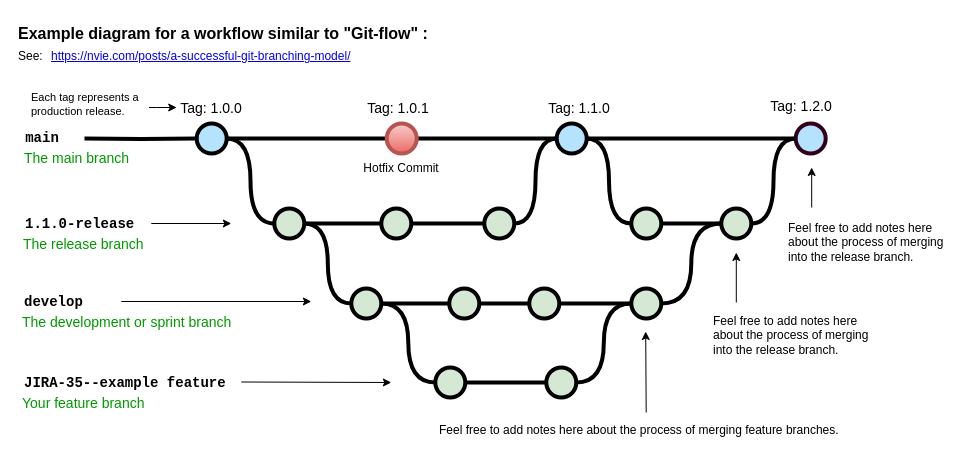
Common-Pensions-Project/cpp-docs keeps this draw.io diagram as docs/architectural-diagrams/Untitled Diagram.drawio. Above is the earlier version. Source tidied: cells renumbered, new cells numbered last; positions are measured from the earlier drawing's top-left corner, leaving out a move shared by most shapes. Both pictures are drawn from the tidied source at 100%, with x=0, y=0 at pixel (16, 17).
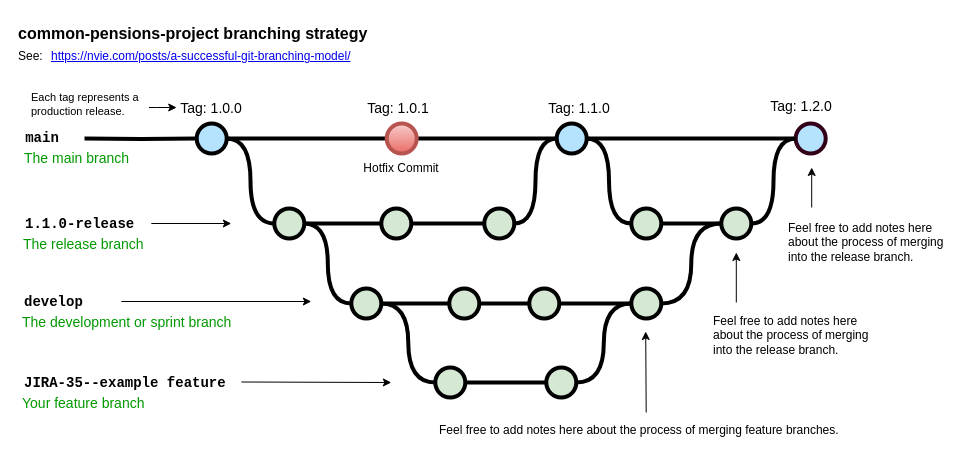
Above is the later version.

Commit message:
cpp-branching-strategy-diagram

The edit, as a diff of the source:
```diff
@@
-    <mxCell id="55" value="Example diagram for a workflow similar to &quot;Git-flow&quot; :" style="text;whiteSpace=wrap;html=1;fontStyle=1;fontSize=16;" parent="1" vertex="1">
+    <mxCell id="55" value="common-pensions-project branching strategy" style="text;whiteSpace=wrap;html=1;fontStyle=1;fontSize=16;" parent="1" vertex="1">
       <mxGeometry x="0.2" width="427.8" height="20" as="geometry" />
     </mxCell>
```
